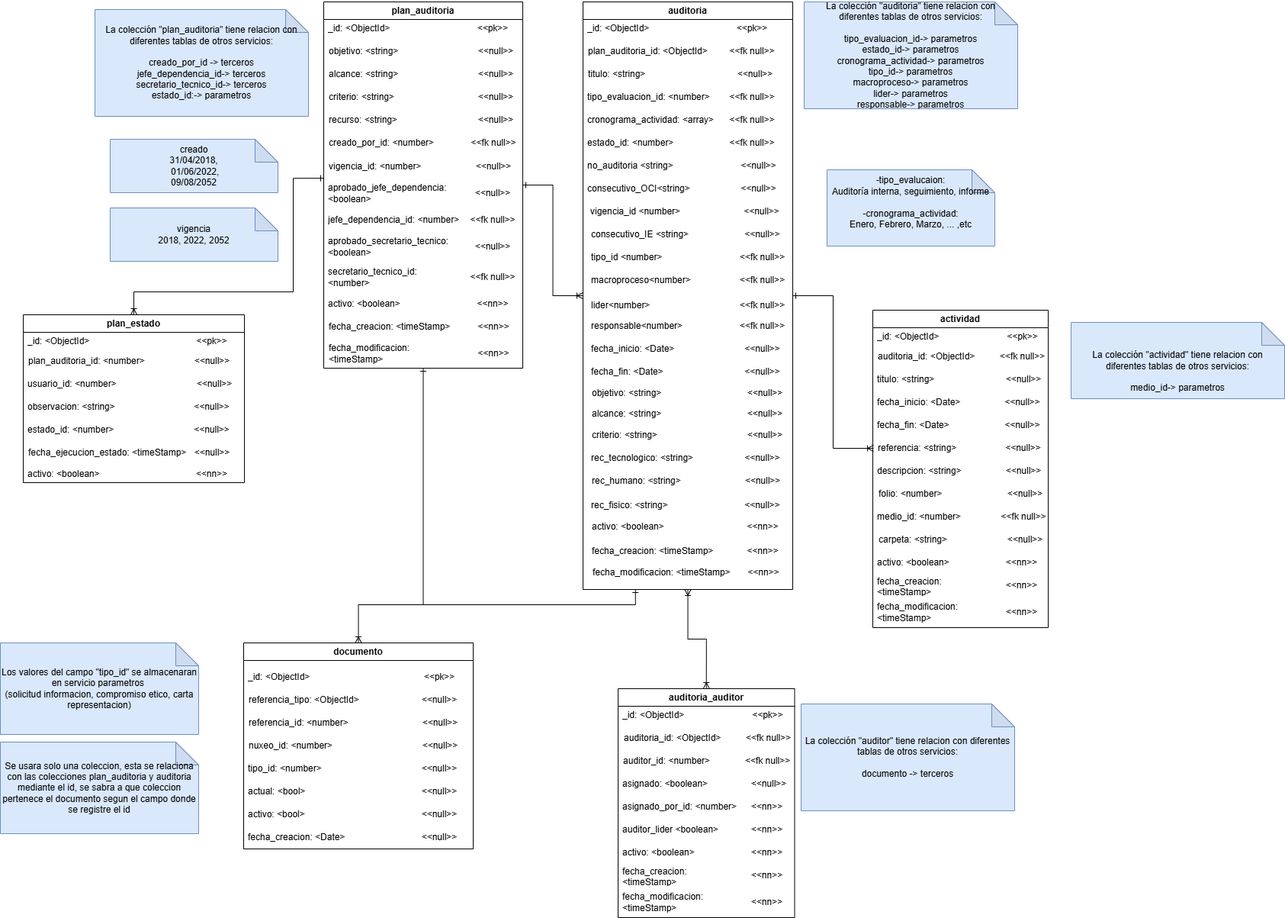
Before: database/plan_anual_de_auditoría_V5.png, a diagram exported from draw.io (udistrital/plan_anual_auditoria_crud). Source tidied: cells renumbered, new cells last; positions are measured from the earlier drawing's top-left corner, leaving out a move shared by most shapes.
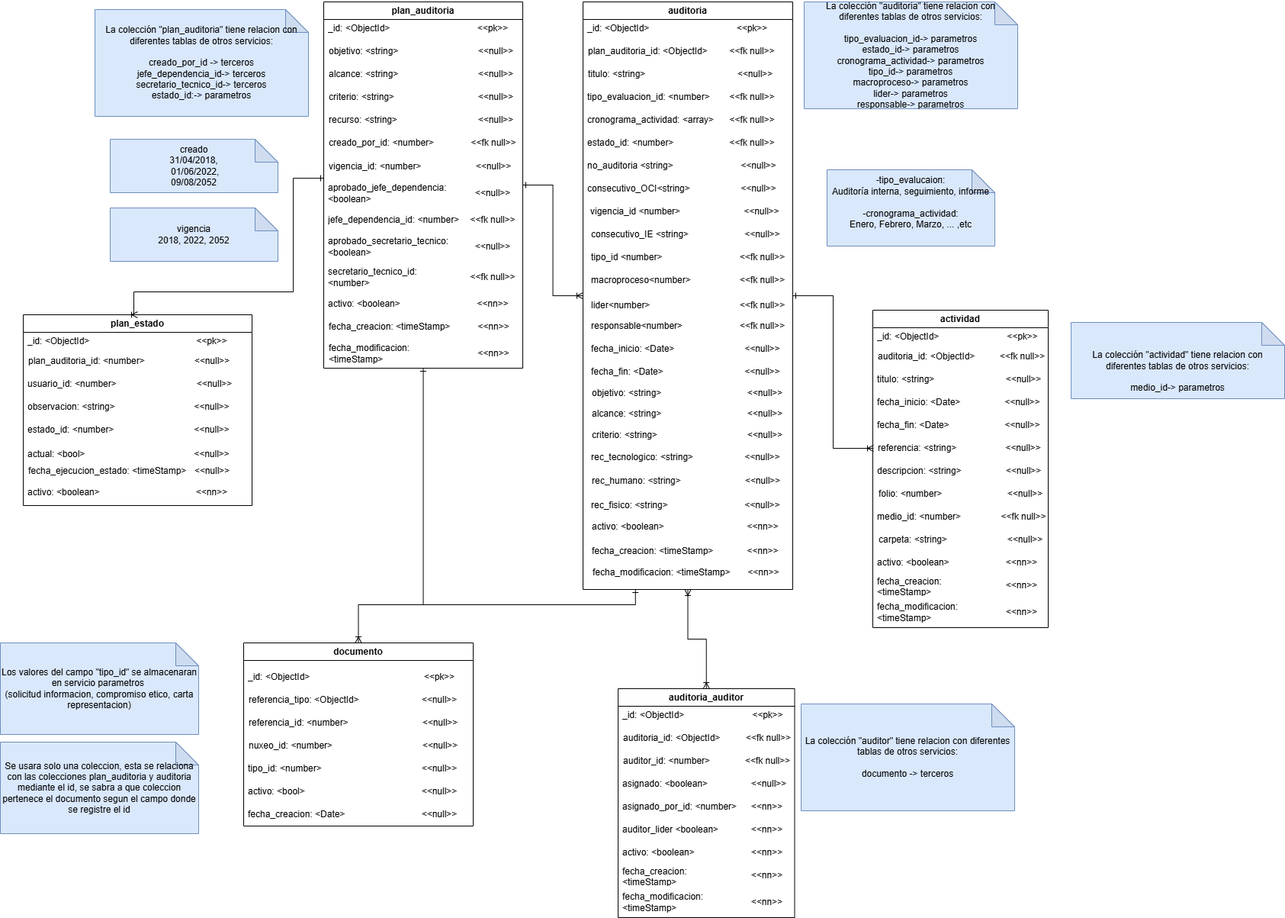
After the commit.

Commit message:
fix: se corrige modelo de datos udistrital/sisifo_documentacion#299

Diff of the diagram source:
```diff
@@ -529,7 +529,7 @@
       <mxGeometry x="162.2" width="66.8" height="30" as="geometry" />
     </mxCell>
     <mxCell id="174" value="plan_estado" style="swimlane;whiteSpace=wrap;html=1;" parent="1" vertex="1">
-      <mxGeometry x="30" y="410" width="290" height="220" as="geometry" />
+      <mxGeometry x="30" y="410" width="300" height="250" as="geometry" />
     </mxCell>
     <mxCell id="175" style="group;" parent="174" vertex="1">
       <mxGeometry y="20" width="290" height="30" as="geometry" />
@@ -568,7 +568,7 @@
       <mxGeometry x="211.9" width="78.1" height="30" as="geometry" />
     </mxCell>
     <mxCell id="187" style="group;" parent="174" vertex="1">
-      <mxGeometry x="1" y="166" width="289" height="30" as="geometry" />
+      <mxGeometry x="1" y="190" width="289" height="30" as="geometry" />
     </mxCell>
     <mxCell id="188" value="fecha_ejecucion_estado: &amp;lt;timeStamp&amp;gt;" style="text;strokeColor=none;fillColor=none;align=left;verticalAlign=middle;spacingLeft=4;spacingRight=4;overflow=hidden;whiteSpace=wrap;html=1;" parent="187" vertex="1">
       <mxGeometry width="220" height="30" as="geometry" />
@@ -577,7 +577,7 @@
       <mxGeometry x="204.7" width="84.3" height="30" as="geometry" />
     </mxCell>
     <mxCell id="190" style="group;" parent="174" vertex="1">
-      <mxGeometry y="194" width="290" height="30" as="geometry" />
+      <mxGeometry y="218" width="290" height="30" as="geometry" />
     </mxCell>
     <mxCell id="191" value="activo: &amp;lt;boolean&amp;gt;" style="text;strokeColor=none;fillColor=none;align=left;verticalAlign=middle;spacingLeft=4;spacingRight=4;overflow=hidden;whiteSpace=wrap;html=1;" parent="190" vertex="1">
       <mxGeometry width="205.4" height="30" as="geometry" />
@@ -594,6 +594,15 @@
     <mxCell id="195" value="&amp;lt;&amp;lt;null&amp;gt;&amp;gt;" style="text;html=1;align=center;verticalAlign=middle;whiteSpace=wrap;rounded=0;" parent="193" vertex="1">
       <mxGeometry x="204.7" width="84.3" height="30" as="geometry" />
     </mxCell>
+    <mxCell id="219" style="group;fontStyle=1;" parent="174" vertex="1">
+      <mxGeometry y="170" width="290" height="26" as="geometry" />
+    </mxCell>
+    <mxCell id="220" value="actual:&amp;nbsp;&lt;span style=&quot;text-align: center;&quot;&gt;&amp;lt;&lt;/span&gt;bool&lt;span style=&quot;text-align: center;&quot;&gt;&amp;gt;&lt;/span&gt;" style="text;strokeColor=none;fillColor=none;align=left;verticalAlign=middle;spacingLeft=4;spacingRight=4;overflow=hidden;whiteSpace=wrap;html=1;" parent="219" vertex="1">
+      <mxGeometry width="205.4" height="26" as="geometry" />
+    </mxCell>
+    <mxCell id="221" value="&amp;lt;&amp;lt;null&amp;gt;&amp;gt;" style="text;html=1;align=center;verticalAlign=middle;whiteSpace=wrap;rounded=0;" parent="219" vertex="1">
+      <mxGeometry x="205.4" width="84.6" height="26" as="geometry" />
+    </mxCell>
     <mxCell id="196" style="edgeStyle=orthogonalEdgeStyle;rounded=0;jettySize=auto;html=1;startArrow=ERone;startFill=0;endArrow=ERoneToMany;endFill=0;entryX=0.5;entryY=0;entryDx=0;entryDy=0;exitX=0;exitY=1.035;exitDx=0;exitDy=0;exitPerimeter=0;" parent="1" edge="1" target="174">
       <mxGeometry relative="1" as="geometry">
         <mxPoint x="424" y="231" as="sourcePoint" />
@@ -605,7 +614,7 @@
       </mxGeometry>
     </mxCell>
     <mxCell id="197" value="documento" style="swimlane;whiteSpace=wrap;html=1;" parent="1" vertex="1">
-      <mxGeometry x="319" y="840" width="301" height="270" as="geometry" />
+      <mxGeometry x="319" y="840" width="301" height="240" as="geometry" />
     </mxCell>
     <mxCell id="198" style="group;fontStyle=1;" parent="197" vertex="1">
       <mxGeometry x="0.5" y="60" width="300" height="30" as="geometry" />
@@ -644,7 +653,7 @@
       <mxGeometry x="212.5" width="87.5" height="30" as="geometry" />
     </mxCell>
     <mxCell id="210" style="group;fontStyle=1;" parent="197" vertex="1">
-      <mxGeometry y="210" width="300" height="30" as="geometry" />
+      <mxGeometry y="180" width="300" height="30" as="geometry" />
     </mxCell>
     <mxCell id="211" value="activo:&amp;nbsp;&lt;span style=&quot;text-align: center;&quot;&gt;&amp;lt;&lt;/span&gt;bool&lt;span style=&quot;text-align: center;&quot;&gt;&amp;gt;&lt;/span&gt;" style="text;strokeColor=none;fillColor=none;align=left;verticalAlign=middle;spacingLeft=4;spacingRight=4;overflow=hidden;whiteSpace=wrap;html=1;" parent="210" vertex="1">
       <mxGeometry width="212.5" height="30" as="geometry" />
@@ -662,7 +671,7 @@
       <mxGeometry x="212.5" width="87.5" height="30" as="geometry" />
     </mxCell>
     <mxCell id="216" style="group;fontStyle=1;" parent="197" vertex="1">
-      <mxGeometry y="240" width="300" height="30" as="geometry" />
+      <mxGeometry y="210" width="300" height="30" as="geometry" />
     </mxCell>
     <mxCell id="217" value="fecha_creacion:&amp;nbsp;&lt;span style=&quot;text-align: center;&quot;&gt;&amp;lt;Date&lt;/span&gt;&lt;span style=&quot;text-align: center;&quot;&gt;&amp;gt;&lt;/span&gt;" style="text;strokeColor=none;fillColor=none;align=left;verticalAlign=middle;spacingLeft=4;spacingRight=4;overflow=hidden;whiteSpace=wrap;html=1;" parent="216" vertex="1">
       <mxGeometry width="212.5" height="30" as="geometry" />
@@ -670,15 +679,6 @@
     <mxCell id="218" value="&amp;lt;&amp;lt;null&amp;gt;&amp;gt;" style="text;html=1;align=center;verticalAlign=middle;whiteSpace=wrap;rounded=0;" parent="216" vertex="1">
       <mxGeometry x="212.5" width="87.5" height="30" as="geometry" />
     </mxCell>
-    <mxCell id="219" style="group;fontStyle=1;" parent="197" vertex="1">
-      <mxGeometry y="180" width="300" height="30" as="geometry" />
-    </mxCell>
-    <mxCell id="220" value="actual:&amp;nbsp;&lt;span style=&quot;text-align: center;&quot;&gt;&amp;lt;&lt;/span&gt;bool&lt;span style=&quot;text-align: center;&quot;&gt;&amp;gt;&lt;/span&gt;" style="text;strokeColor=none;fillColor=none;align=left;verticalAlign=middle;spacingLeft=4;spacingRight=4;overflow=hidden;whiteSpace=wrap;html=1;" parent="219" vertex="1">
-      <mxGeometry width="212.5" height="30" as="geometry" />
-    </mxCell>
-    <mxCell id="221" value="&amp;lt;&amp;lt;null&amp;gt;&amp;gt;" style="text;html=1;align=center;verticalAlign=middle;whiteSpace=wrap;rounded=0;" parent="219" vertex="1">
-      <mxGeometry x="212.5" width="87.5" height="30" as="geometry" />
-    </mxCell>
     <mxCell id="222" value="auditoria_auditor" style="swimlane;whiteSpace=wrap;html=1;" parent="1" vertex="1">
       <mxGeometry x="810" y="900" width="231.5" height="300" as="geometry" />
     </mxCell>
```
